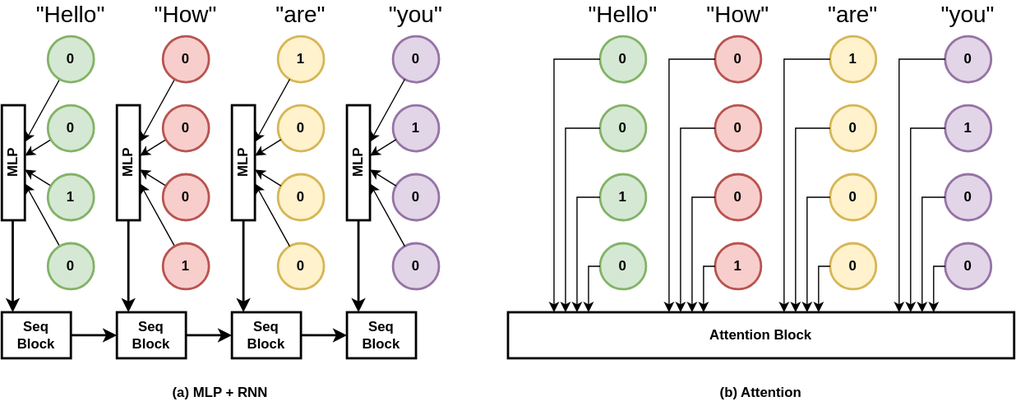
Earlier version of the draw.io export mlp_vs_attention.svg (yyhtbs-yye/course_images). Source tidied: cells renumbered, new cells last; positions are measured from the earlier drawing's top-left corner, leaving out a move shared by most shapes.
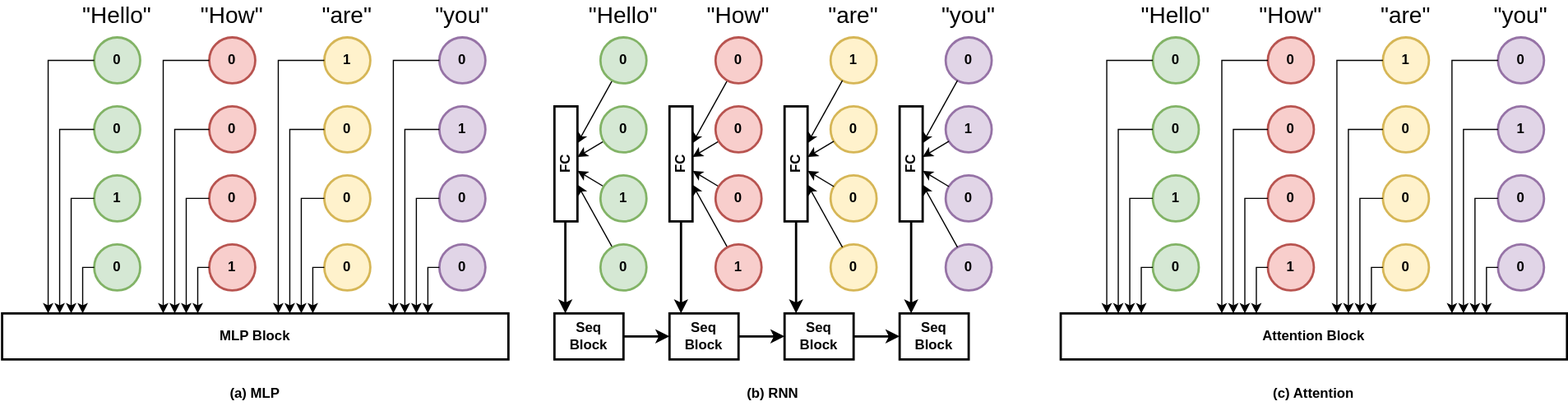
Above is the later version.

What changed in the source:
```diff
@@ -86,10 +86,10 @@
     <mxCell id="29" value="&quot;you&quot;" style="text;html=1;strokeColor=none;fillColor=none;align=center;verticalAlign=middle;whiteSpace=wrap;rounded=0;fontSize=20;" parent="1" vertex="1">
       <mxGeometry x="370" width="60" height="20" as="geometry" />
     </mxCell>
-    <mxCell id="30" value="MLP" style="rounded=0;whiteSpace=wrap;html=1;rotation=-90;fontStyle=1;strokeWidth=2;" parent="1" vertex="1">
+    <mxCell id="30" value="FC" style="rounded=0;whiteSpace=wrap;html=1;rotation=-90;fontStyle=1;strokeWidth=2;" parent="1" vertex="1">
       <mxGeometry y="130" width="100" height="20" as="geometry" />
     </mxCell>
-    <mxCell id="31" value="MLP" style="rounded=0;whiteSpace=wrap;html=1;rotation=-90;fontStyle=1;strokeWidth=2;" parent="1" vertex="1">
+    <mxCell id="31" value="FC" style="rounded=0;whiteSpace=wrap;html=1;rotation=-90;fontStyle=1;strokeWidth=2;" parent="1" vertex="1">
       <mxGeometry x="100" y="130" width="100" height="20" as="geometry" />
     </mxCell>
     <mxCell id="32" style="rounded=0;jettySize=auto;html=1;" parent="1" edge="1" source="6" target="36">
@@ -104,7 +104,7 @@
     <mxCell id="35" style="rounded=0;jettySize=auto;html=1;" parent="1" edge="1" source="24" target="36">
       <mxGeometry relative="1" as="geometry" />
     </mxCell>
-    <mxCell id="36" value="MLP" style="rounded=0;whiteSpace=wrap;html=1;rotation=-90;fontStyle=1;strokeWidth=2;" parent="1" vertex="1">
+    <mxCell id="36" value="FC" style="rounded=0;whiteSpace=wrap;html=1;rotation=-90;fontStyle=1;strokeWidth=2;" parent="1" vertex="1">
       <mxGeometry x="200" y="130" width="100" height="20" as="geometry" />
     </mxCell>
     <mxCell id="37" style="rounded=0;jettySize=auto;html=1;" parent="1" edge="1" source="7" target="41">
@@ -119,7 +119,7 @@
     <mxCell id="40" style="rounded=0;jettySize=auto;html=1;" parent="1" edge="1" source="25" target="41">
       <mxGeometry relative="1" as="geometry" />
     </mxCell>
-    <mxCell id="41" value="MLP" style="rounded=0;whiteSpace=wrap;html=1;rotation=-90;fontStyle=1;strokeWidth=2;" parent="1" vertex="1">
+    <mxCell id="41" value="FC" style="rounded=0;whiteSpace=wrap;html=1;rotation=-90;fontStyle=1;strokeWidth=2;" parent="1" vertex="1">
       <mxGeometry x="300" y="130" width="100" height="20" as="geometry" />
     </mxCell>
     <mxCell id="42" style="edgeStyle=orthogonalEdgeStyle;rounded=0;jettySize=auto;html=1;strokeWidth=2;" parent="1" edge="1" source="43" target="49">
@@ -338,11 +338,185 @@
         </Array>
       </mxGeometry>
     </mxCell>
-    <mxCell id="90" value="(a) MLP + RNN" style="text;html=1;strokeColor=none;fillColor=none;align=center;verticalAlign=middle;whiteSpace=wrap;rounded=0;fontStyle=1;" parent="1" vertex="1">
+    <mxCell id="90" value="(b) RNN" style="text;html=1;strokeColor=none;fillColor=none;align=center;verticalAlign=middle;whiteSpace=wrap;rounded=0;fontStyle=1;" parent="1" vertex="1">
       <mxGeometry x="40" y="330" width="380" height="20" as="geometry" />
     </mxCell>
-    <mxCell id="91" value="(b) Attention" style="text;html=1;strokeColor=none;fillColor=none;align=center;verticalAlign=middle;whiteSpace=wrap;rounded=0;fontStyle=1;" parent="1" vertex="1">
+    <mxCell id="91" value="(c) Attention" style="text;html=1;strokeColor=none;fillColor=none;align=center;verticalAlign=middle;whiteSpace=wrap;rounded=0;fontStyle=1;" parent="1" vertex="1">
       <mxGeometry x="480" y="330" width="440" height="20" as="geometry" />
     </mxCell>
+    <mxCell id="92" value="0" style="ellipse;whiteSpace=wrap;html=1;fillColor=#d5e8d4;strokeColor=#82b366;strokeWidth=2;fontStyle=1;" parent="1" vertex="1">
+      <mxGeometry x="-360" y="210" width="40" height="40" as="geometry" />
+    </mxCell>
+    <mxCell id="93" value="1" style="ellipse;whiteSpace=wrap;html=1;fillColor=#f8cecc;strokeColor=#b85450;strokeWidth=2;fontStyle=1;" parent="1" vertex="1">
+      <mxGeometry x="-260" y="210" width="40" height="40" as="geometry" />
+    </mxCell>
+    <mxCell id="94" value="0" style="ellipse;whiteSpace=wrap;html=1;fillColor=#fff2cc;strokeColor=#d6b656;strokeWidth=2;fontStyle=1;" parent="1" vertex="1">
+      <mxGeometry x="-160" y="210" width="40" height="40" as="geometry" />
+    </mxCell>
+    <mxCell id="95" value="0" style="ellipse;whiteSpace=wrap;html=1;fillColor=#e1d5e7;strokeColor=#9673a6;strokeWidth=2;fontStyle=1;" parent="1" vertex="1">
+      <mxGeometry x="-60" y="210" width="40" height="40" as="geometry" />
+    </mxCell>
+    <mxCell id="96" value="1" style="ellipse;whiteSpace=wrap;html=1;fillColor=#d5e8d4;strokeColor=#82b366;strokeWidth=2;fontStyle=1;" parent="1" vertex="1">
+      <mxGeometry x="-360" y="150" width="40" height="40" as="geometry" />
+    </mxCell>
+    <mxCell id="97" value="0" style="ellipse;whiteSpace=wrap;html=1;fillColor=#f8cecc;strokeColor=#b85450;strokeWidth=2;fontStyle=1;" parent="1" vertex="1">
+      <mxGeometry x="-260" y="150" width="40" height="40" as="geometry" />
+    </mxCell>
+    <mxCell id="98" value="0" style="ellipse;whiteSpace=wrap;html=1;fillColor=#fff2cc;strokeColor=#d6b656;strokeWidth=2;fontStyle=1;" parent="1" vertex="1">
+      <mxGeometry x="-160" y="150" width="40" height="40" as="geometry" />
+    </mxCell>
+    <mxCell id="99" value="0" style="ellipse;whiteSpace=wrap;html=1;fillColor=#e1d5e7;strokeColor=#9673a6;strokeWidth=2;fontStyle=1;" parent="1" vertex="1">
+      <mxGeometry x="-60" y="150" width="40" height="40" as="geometry" />
+    </mxCell>
+    <mxCell id="100" value="0" style="ellipse;whiteSpace=wrap;html=1;fillColor=#d5e8d4;strokeColor=#82b366;strokeWidth=2;fontStyle=1;" parent="1" vertex="1">
+      <mxGeometry x="-360" y="90" width="40" height="40" as="geometry" />
+    </mxCell>
+    <mxCell id="101" value="0" style="ellipse;whiteSpace=wrap;html=1;fillColor=#f8cecc;strokeColor=#b85450;strokeWidth=2;fontStyle=1;" parent="1" vertex="1">
+      <mxGeometry x="-260" y="90" width="40" height="40" as="geometry" />
+    </mxCell>
+    <mxCell id="102" value="0" style="ellipse;whiteSpace=wrap;html=1;fillColor=#fff2cc;strokeColor=#d6b656;strokeWidth=2;fontStyle=1;" parent="1" vertex="1">
+      <mxGeometry x="-160" y="90" width="40" height="40" as="geometry" />
+    </mxCell>
+    <mxCell id="103" value="1" style="ellipse;whiteSpace=wrap;html=1;fillColor=#e1d5e7;strokeColor=#9673a6;strokeWidth=2;fontStyle=1;" parent="1" vertex="1">
+      <mxGeometry x="-60" y="90" width="40" height="40" as="geometry" />
+    </mxCell>
+    <mxCell id="104" value="0" style="ellipse;whiteSpace=wrap;html=1;fillColor=#d5e8d4;strokeColor=#82b366;strokeWidth=2;fontStyle=1;" parent="1" vertex="1">
+      <mxGeometry x="-360" y="30" width="40" height="40" as="geometry" />
+    </mxCell>
+    <mxCell id="105" value="0" style="ellipse;whiteSpace=wrap;html=1;fillColor=#f8cecc;strokeColor=#b85450;strokeWidth=2;fontStyle=1;" parent="1" vertex="1">
+      <mxGeometry x="-260" y="30" width="40" height="40" as="geometry" />
+    </mxCell>
+    <mxCell id="106" value="1" style="ellipse;whiteSpace=wrap;html=1;fillColor=#fff2cc;strokeColor=#d6b656;strokeWidth=2;fontStyle=1;" parent="1" vertex="1">
+      <mxGeometry x="-160" y="30" width="40" height="40" as="geometry" />
+    </mxCell>
+    <mxCell id="107" value="0" style="ellipse;whiteSpace=wrap;html=1;fillColor=#e1d5e7;strokeColor=#9673a6;strokeWidth=2;fontStyle=1;" parent="1" vertex="1">
+      <mxGeometry x="-60" y="30" width="40" height="40" as="geometry" />
+    </mxCell>
+    <mxCell id="108" value="&quot;Hello&quot;" style="text;html=1;strokeColor=none;fillColor=none;align=center;verticalAlign=middle;whiteSpace=wrap;rounded=0;fontSize=20;" parent="1" vertex="1">
+      <mxGeometry x="-370" width="60" height="20" as="geometry" />
+    </mxCell>
+    <mxCell id="109" value="&quot;How&quot;" style="text;html=1;strokeColor=none;fillColor=none;align=center;verticalAlign=middle;whiteSpace=wrap;rounded=0;fontSize=20;" parent="1" vertex="1">
+      <mxGeometry x="-270" width="60" height="20" as="geometry" />
+    </mxCell>
+    <mxCell id="110" value="&quot;are&quot;" style="text;html=1;strokeColor=none;fillColor=none;align=center;verticalAlign=middle;whiteSpace=wrap;rounded=0;fontSize=20;" parent="1" vertex="1">
+      <mxGeometry x="-170" width="60" height="20" as="geometry" />
+    </mxCell>
+    <mxCell id="111" value="&quot;you&quot;" style="text;html=1;strokeColor=none;fillColor=none;align=center;verticalAlign=middle;whiteSpace=wrap;rounded=0;fontSize=20;" parent="1" vertex="1">
+      <mxGeometry x="-70" width="60" height="20" as="geometry" />
+    </mxCell>
+    <mxCell id="112" value="MLP Block" style="rounded=0;whiteSpace=wrap;html=1;fontStyle=1;strokeWidth=2;" parent="1" vertex="1">
+      <mxGeometry x="-440" y="270" width="440" height="40" as="geometry" />
+    </mxCell>
+    <mxCell id="113" style="edgeStyle=orthogonalEdgeStyle;rounded=0;orthogonalLoop=1;jettySize=auto;html=1;" parent="1" edge="1">
+      <mxGeometry relative="1" as="geometry">
+        <mxPoint x="-360" y="50" as="sourcePoint" />
+        <mxPoint x="-400" y="270" as="targetPoint" />
+      </mxGeometry>
+    </mxCell>
+    <mxCell id="114" style="edgeStyle=orthogonalEdgeStyle;rounded=0;orthogonalLoop=1;jettySize=auto;html=1;" parent="1" edge="1">
+      <mxGeometry relative="1" as="geometry">
+        <mxPoint x="-360" y="110" as="sourcePoint" />
+        <mxPoint x="-390" y="270" as="targetPoint" />
+      </mxGeometry>
+    </mxCell>
+    <mxCell id="115" style="edgeStyle=orthogonalEdgeStyle;rounded=0;orthogonalLoop=1;jettySize=auto;html=1;" parent="1" edge="1">
+      <mxGeometry relative="1" as="geometry">
+        <mxPoint x="-360" y="170" as="sourcePoint" />
+        <mxPoint x="-380" y="270" as="targetPoint" />
+      </mxGeometry>
+    </mxCell>
+    <mxCell id="116" style="edgeStyle=orthogonalEdgeStyle;rounded=0;orthogonalLoop=1;jettySize=auto;html=1;" parent="1" edge="1">
+      <mxGeometry relative="1" as="geometry">
+        <mxPoint x="-360" y="230" as="sourcePoint" />
+        <mxPoint x="-370" y="270" as="targetPoint" />
+        <Array as="points">
+          <mxPoint x="-370" y="230" />
+        </Array>
+      </mxGeometry>
+    </mxCell>
+    <mxCell id="117" style="edgeStyle=orthogonalEdgeStyle;rounded=0;orthogonalLoop=1;jettySize=auto;html=1;" parent="1" edge="1">
+      <mxGeometry relative="1" as="geometry">
+        <mxPoint x="-260" y="50" as="sourcePoint" />
+        <mxPoint x="-300" y="270" as="targetPoint" />
+      </mxGeometry>
+    </mxCell>
+    <mxCell id="118" style="edgeStyle=orthogonalEdgeStyle;rounded=0;orthogonalLoop=1;jettySize=auto;html=1;" parent="1" edge="1">
+      <mxGeometry relative="1" as="geometry">
+        <mxPoint x="-260" y="110" as="sourcePoint" />
+        <mxPoint x="-290" y="270" as="targetPoint" />
+      </mxGeometry>
+    </mxCell>
+    <mxCell id="119" style="edgeStyle=orthogonalEdgeStyle;rounded=0;orthogonalLoop=1;jettySize=auto;html=1;" parent="1" edge="1">
+      <mxGeometry relative="1" as="geometry">
+        <mxPoint x="-260" y="170" as="sourcePoint" />
+        <mxPoint x="-280" y="270" as="targetPoint" />
+      </mxGeometry>
+    </mxCell>
+    <mxCell id="120" style="edgeStyle=orthogonalEdgeStyle;rounded=0;orthogonalLoop=1;jettySize=auto;html=1;" parent="1" edge="1">
+      <mxGeometry relative="1" as="geometry">
+        <mxPoint x="-260" y="230" as="sourcePoint" />
+        <mxPoint x="-270" y="270" as="targetPoint" />
+        <Array as="points">
+          <mxPoint x="-270" y="230" />
+        </Array>
+      </mxGeometry>
+    </mxCell>
+    <mxCell id="121" style="edgeStyle=orthogonalEdgeStyle;rounded=0;orthogonalLoop=1;jettySize=auto;html=1;" parent="1" edge="1">
+      <mxGeometry relative="1" as="geometry">
+        <mxPoint x="-160" y="50" as="sourcePoint" />
+        <mxPoint x="-200" y="270" as="targetPoint" />
+      </mxGeometry>
+    </mxCell>
+    <mxCell id="122" style="edgeStyle=orthogonalEdgeStyle;rounded=0;orthogonalLoop=1;jettySize=auto;html=1;" parent="1" edge="1">
+      <mxGeometry relative="1" as="geometry">
+        <mxPoint x="-160" y="110" as="sourcePoint" />
+        <mxPoint x="-190" y="270" as="targetPoint" />
+      </mxGeometry>
+    </mxCell>
+    <mxCell id="123" style="edgeStyle=orthogonalEdgeStyle;rounded=0;orthogonalLoop=1;jettySize=auto;html=1;" parent="1" edge="1">
+      <mxGeometry relative="1" as="geometry">
+        <mxPoint x="-160" y="170" as="sourcePoint" />
+        <mxPoint x="-180" y="270" as="targetPoint" />
+      </mxGeometry>
+    </mxCell>
+    <mxCell id="124" style="edgeStyle=orthogonalEdgeStyle;rounded=0;orthogonalLoop=1;jettySize=auto;html=1;" parent="1" edge="1">
+      <mxGeometry relative="1" as="geometry">
+        <mxPoint x="-160" y="230" as="sourcePoint" />
+        <mxPoint x="-170" y="270" as="targetPoint" />
+        <Array as="points">
+          <mxPoint x="-170" y="230" />
+        </Array>
+      </mxGeometry>
+    </mxCell>
+    <mxCell id="125" style="edgeStyle=orthogonalEdgeStyle;rounded=0;orthogonalLoop=1;jettySize=auto;html=1;" parent="1" edge="1">
+      <mxGeometry relative="1" as="geometry">
+        <mxPoint x="-60" y="50" as="sourcePoint" />
+        <mxPoint x="-100" y="270" as="targetPoint" />
+      </mxGeometry>
+    </mxCell>
+    <mxCell id="126" style="edgeStyle=orthogonalEdgeStyle;rounded=0;orthogonalLoop=1;jettySize=auto;html=1;" parent="1" edge="1">
+      <mxGeometry relative="1" as="geometry">
+        <mxPoint x="-60" y="110" as="sourcePoint" />
+        <mxPoint x="-90" y="270" as="targetPoint" />
+      </mxGeometry>
+    </mxCell>
+    <mxCell id="127" style="edgeStyle=orthogonalEdgeStyle;rounded=0;orthogonalLoop=1;jettySize=auto;html=1;" parent="1" edge="1">
+      <mxGeometry relative="1" as="geometry">
+        <mxPoint x="-60" y="170" as="sourcePoint" />
+        <mxPoint x="-80" y="270" as="targetPoint" />
+      </mxGeometry>
+    </mxCell>
+    <mxCell id="128" style="edgeStyle=orthogonalEdgeStyle;rounded=0;orthogonalLoop=1;jettySize=auto;html=1;" parent="1" edge="1">
+      <mxGeometry relative="1" as="geometry">
+        <mxPoint x="-60" y="230" as="sourcePoint" />
+        <mxPoint x="-70" y="270" as="targetPoint" />
+        <Array as="points">
+          <mxPoint x="-70" y="230" />
+        </Array>
+      </mxGeometry>
+    </mxCell>
+    <mxCell id="129" value="(a) MLP" style="text;html=1;strokeColor=none;fillColor=none;align=center;verticalAlign=middle;whiteSpace=wrap;rounded=0;fontStyle=1;" parent="1" vertex="1">
+      <mxGeometry x="-440" y="330" width="440" height="20" as="geometry" />
+    </mxCell>
   </root>
 </mxGraphModel>
```
